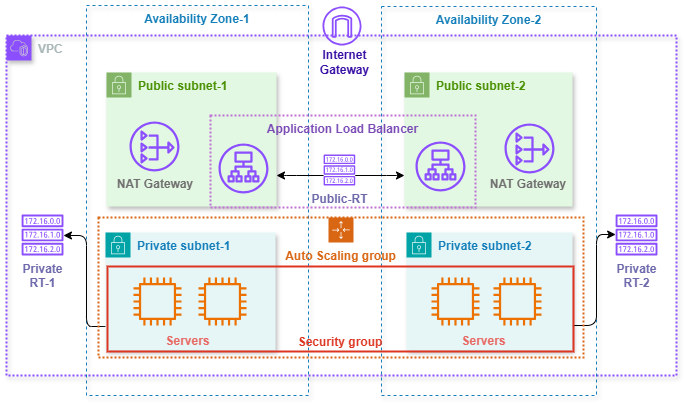
This is diagrams/architecture.png from SandyN12058/Terraform-project, a draw.io export, as it was before one commit. Source tidied: cells renumbered, new cells last; positions are measured from the earlier drawing's top-left corner, leaving out a move shared by most shapes.
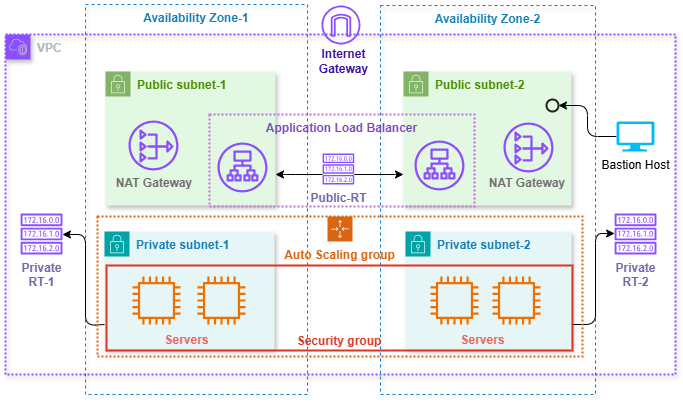
After the change.

Diff of the diagram source:
```diff
@@ -119,5 +119,14 @@
     <mxCell id="33" value="&lt;b&gt;Servers&lt;/b&gt;" style="text;html=1;align=center;verticalAlign=middle;strokeColor=none;fillColor=none;fontFamily=Helvetica;fontSize=12;fontColor=#E86A65;shadow=0;glass=0;textShadow=0;labelBorderColor=none;labelBackgroundColor=none;" parent="1" vertex="1">
       <mxGeometry x="442" y="321" width="70" height="30" as="geometry" />
     </mxCell>
+    <mxCell id="34" style="edgeStyle=orthogonalEdgeStyle;jettySize=auto;html=1;entryX=1;entryY=0.5;entryDx=0;entryDy=0;entryPerimeter=0;" parent="1" edge="1" source="35" target="36">
+      <mxGeometry relative="1" as="geometry" />
+    </mxCell>
+    <mxCell id="35" value="Bastion Host" style="verticalLabelPosition=bottom;html=1;verticalAlign=top;align=center;strokeColor=none;fillColor=#00BEF2;shape=mxgraph.azure.computer;" parent="1" vertex="1">
+      <mxGeometry x="611" y="117" width="38" height="30" as="geometry" />
+    </mxCell>
+    <mxCell id="36" style="html=1;verticalLabelPosition=bottom;labelBackgroundColor=#ffffff;verticalAlign=top;shadow=0;dashed=0;strokeWidth=2;shape=mxgraph.ios7.misc.circle;strokeColor=#222222;fillColor=none;" parent="1" vertex="1">
+      <mxGeometry x="541" y="95" width="12" height="12" as="geometry" />
+    </mxCell>
   </root>
 </mxGraphModel>
```
